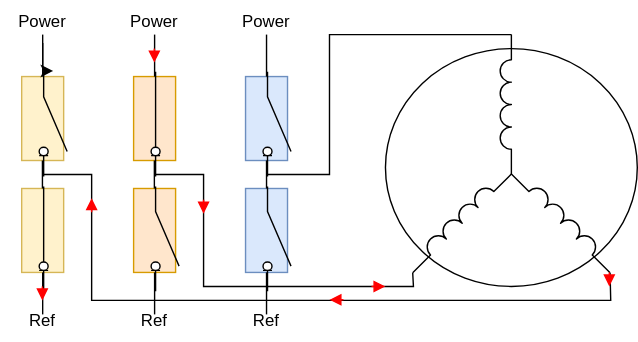
stephaneamans/ESC_Brushless keeps this draw.io diagram as 01-documentation/svg_files/esc_commutation_principle.drawio.svg. Above is the earlier version. Source tidied: cells renumbered, new cells last; positions are measured from the earlier drawing's top-left corner, leaving out a move shared by most shapes.
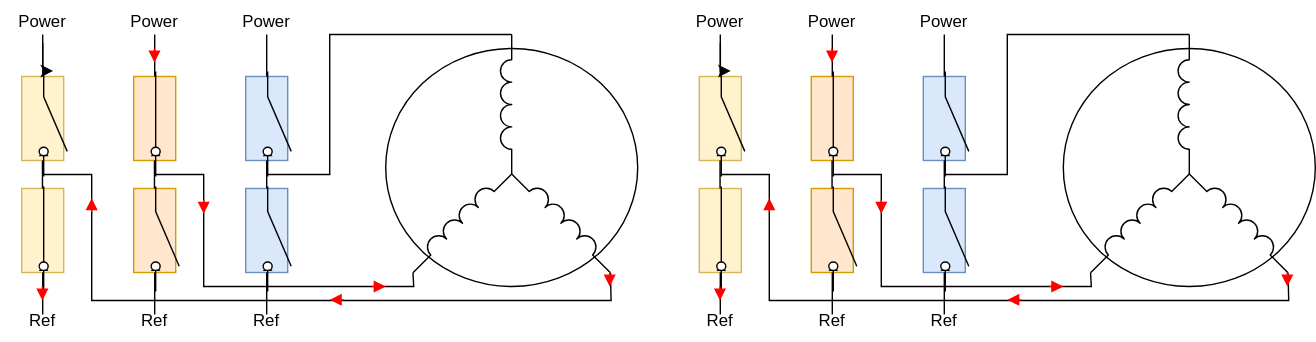
Later version of the same file.

Diff of the diagram source:
```diff
@@ -193,5 +193,196 @@
         <mxPoint x="65" y="141" as="targetPoint" />
       </mxGeometry>
     </mxCell>
+    <mxCell id="44" style="ellipse;whiteSpace=wrap;html=1;" parent="1" vertex="1">
+      <mxGeometry x="759" y="34" width="180" height="170" as="geometry" />
+    </mxCell>
+    <mxCell id="45" style="verticalLabelPosition=bottom;shadow=0;dashed=0;align=center;html=1;verticalAlign=top;shape=mxgraph.electrical.inductors.inductor_3;rotation=-45;" parent="1" vertex="1">
+      <mxGeometry x="761" y="152" width="100" height="8" as="geometry" />
+    </mxCell>
+    <mxCell id="46" style="verticalLabelPosition=bottom;shadow=0;dashed=0;align=center;html=1;verticalAlign=top;shape=mxgraph.electrical.inductors.inductor_3;rotation=-90;" parent="1" vertex="1">
+      <mxGeometry x="795" y="70" width="100" height="8" as="geometry" />
+    </mxCell>
+    <mxCell id="47" style="verticalLabelPosition=bottom;shadow=0;dashed=0;align=center;html=1;verticalAlign=top;shape=mxgraph.electrical.inductors.inductor_3;rotation=45;" parent="1" vertex="1">
+      <mxGeometry x="837" y="152" width="100" height="8" as="geometry" />
+    </mxCell>
+    <mxCell id="48" style="rounded=0;whiteSpace=wrap;html=1;fillColor=#dae8fc;strokeColor=#6c8ebf;" parent="1" vertex="1">
+      <mxGeometry x="659" y="54" width="30" height="60" as="geometry" />
+    </mxCell>
+    <mxCell id="49" style="rounded=0;whiteSpace=wrap;html=1;fillColor=#dae8fc;strokeColor=#6c8ebf;" parent="1" vertex="1">
+      <mxGeometry x="659" y="134" width="30" height="60" as="geometry" />
+    </mxCell>
+    <mxCell id="50" style="rounded=0;whiteSpace=wrap;html=1;fillColor=#ffe6cc;strokeColor=#d79b00;" parent="1" vertex="1">
+      <mxGeometry x="579" y="54" width="30" height="60" as="geometry" />
+    </mxCell>
+    <mxCell id="51" style="rounded=0;whiteSpace=wrap;html=1;fillColor=#ffe6cc;strokeColor=#d79b00;" parent="1" vertex="1">
+      <mxGeometry x="579" y="134" width="30" height="60" as="geometry" />
+    </mxCell>
+    <mxCell id="52" style="rounded=0;whiteSpace=wrap;html=1;fillColor=#fff2cc;strokeColor=#d6b656;" parent="1" vertex="1">
+      <mxGeometry x="499" y="54" width="30" height="60" as="geometry" />
+    </mxCell>
+    <mxCell id="53" style="rounded=0;whiteSpace=wrap;html=1;fillColor=#fff2cc;strokeColor=#d6b656;" parent="1" vertex="1">
+      <mxGeometry x="499" y="134" width="30" height="60" as="geometry" />
+    </mxCell>
+    <mxCell id="54" style="endArrow=none;html=1;rounded=0;exitX=0.5;exitY=0;exitDx=0;exitDy=0;entryX=0.5;entryY=1;entryDx=0;entryDy=0;" parent="1" edge="1" source="49" target="48">
+      <mxGeometry relative="1" as="geometry" />
+    </mxCell>
+    <mxCell id="55" style="endArrow=none;html=1;rounded=0;exitX=0.5;exitY=0;exitDx=0;exitDy=0;entryX=0.5;entryY=1;entryDx=0;entryDy=0;" parent="1" edge="1">
+      <mxGeometry relative="1" as="geometry">
+        <mxPoint x="593.8" y="134" as="sourcePoint" />
+        <mxPoint x="593.8" y="114" as="targetPoint" />
+      </mxGeometry>
+    </mxCell>
+    <mxCell id="56" style="endArrow=none;html=1;rounded=0;exitX=0.5;exitY=0;exitDx=0;exitDy=0;entryX=0.5;entryY=1;entryDx=0;entryDy=0;" parent="1" edge="1">
+      <mxGeometry relative="1" as="geometry">
+        <mxPoint x="513.8" y="134" as="sourcePoint" />
+        <mxPoint x="513.8" y="114" as="targetPoint" />
+      </mxGeometry>
+    </mxCell>
+    <mxCell id="57" style="endArrow=none;html=1;rounded=0;entryX=1;entryY=1;entryDx=0;entryDy=0;entryPerimeter=0;" parent="1" edge="1" target="46">
+      <mxGeometry relative="1" as="geometry">
+        <mxPoint x="674" y="124" as="sourcePoint" />
+        <Array as="points">
+          <mxPoint x="719" y="124" />
+          <mxPoint x="719" y="24" />
+        </Array>
+      </mxGeometry>
+    </mxCell>
+    <mxCell id="58" style="endArrow=none;html=1;rounded=0;entryX=0;entryY=1;entryDx=0;entryDy=0;entryPerimeter=0;" parent="1" edge="1" target="45">
+      <mxGeometry relative="1" as="geometry">
+        <mxPoint x="594" y="124" as="sourcePoint" />
+        <Array as="points">
+          <mxPoint x="629" y="124" />
+          <mxPoint x="629" y="204" />
+          <mxPoint x="779" y="204" />
+        </Array>
+      </mxGeometry>
+    </mxCell>
+    <mxCell id="59" style="endArrow=none;html=1;rounded=0;exitX=1;exitY=1;exitDx=0;exitDy=0;exitPerimeter=0;" parent="1" edge="1" source="47">
+      <mxGeometry relative="1" as="geometry">
+        <mxPoint x="514" y="124" as="targetPoint" />
+        <Array as="points">
+          <mxPoint x="920" y="214" />
+          <mxPoint x="549" y="214" />
+          <mxPoint x="549" y="124" />
+        </Array>
+      </mxGeometry>
+    </mxCell>
+    <mxCell id="60" style="endArrow=none;html=1;rounded=0;" parent="1" edge="1">
+      <mxGeometry relative="1" as="geometry">
+        <mxPoint x="514" y="54" as="sourcePoint" />
+        <mxPoint x="514" y="24" as="targetPoint" />
+      </mxGeometry>
+    </mxCell>
+    <mxCell id="61" style="endArrow=none;html=1;rounded=0;" parent="1" edge="1">
+      <mxGeometry relative="1" as="geometry">
+        <mxPoint x="514" y="224" as="sourcePoint" />
+        <mxPoint x="514" y="194" as="targetPoint" />
+      </mxGeometry>
+    </mxCell>
+    <mxCell id="62" style="edgeStyle=orthogonalEdgeStyle;rounded=0;jettySize=auto;html=1;" parent="1" edge="1" source="63" target="74">
+      <mxGeometry relative="1" as="geometry" />
+    </mxCell>
+    <mxCell id="63" value="Power" style="text;html=1;align=center;verticalAlign=middle;whiteSpace=wrap;rounded=0;" parent="1" vertex="1">
+      <mxGeometry x="484" width="60" height="30" as="geometry" />
+    </mxCell>
+    <mxCell id="64" value="Ref" style="text;html=1;align=center;verticalAlign=middle;whiteSpace=wrap;rounded=0;" parent="1" vertex="1">
+      <mxGeometry x="484" y="214" width="60" height="30" as="geometry" />
+    </mxCell>
+    <mxCell id="65" style="endArrow=none;html=1;rounded=0;" parent="1" edge="1">
+      <mxGeometry relative="1" as="geometry">
+        <mxPoint x="594" y="54" as="sourcePoint" />
+        <mxPoint x="594" y="24" as="targetPoint" />
+      </mxGeometry>
+    </mxCell>
+    <mxCell id="66" value="Power" style="text;html=1;align=center;verticalAlign=middle;whiteSpace=wrap;rounded=0;" parent="1" vertex="1">
+      <mxGeometry x="564" width="60" height="30" as="geometry" />
+    </mxCell>
+    <mxCell id="67" style="endArrow=none;html=1;rounded=0;" parent="1" edge="1">
+      <mxGeometry relative="1" as="geometry">
+        <mxPoint x="674" y="54" as="sourcePoint" />
+        <mxPoint x="674" y="24" as="targetPoint" />
+      </mxGeometry>
+    </mxCell>
+    <mxCell id="68" value="Power" style="text;html=1;align=center;verticalAlign=middle;whiteSpace=wrap;rounded=0;" parent="1" vertex="1">
+      <mxGeometry x="644" width="60" height="30" as="geometry" />
+    </mxCell>
+    <mxCell id="69" style="endArrow=none;html=1;rounded=0;" parent="1" edge="1">
+      <mxGeometry relative="1" as="geometry">
+        <mxPoint x="594" y="224" as="sourcePoint" />
+        <mxPoint x="594" y="194" as="targetPoint" />
+      </mxGeometry>
+    </mxCell>
+    <mxCell id="70" value="Ref" style="text;html=1;align=center;verticalAlign=middle;whiteSpace=wrap;rounded=0;" parent="1" vertex="1">
+      <mxGeometry x="564" y="214" width="60" height="30" as="geometry" />
+    </mxCell>
+    <mxCell id="71" style="endArrow=none;html=1;rounded=0;" parent="1" edge="1">
+      <mxGeometry relative="1" as="geometry">
+        <mxPoint x="674" y="224" as="sourcePoint" />
+        <mxPoint x="674" y="194" as="targetPoint" />
+      </mxGeometry>
+    </mxCell>
+    <mxCell id="72" value="Ref" style="text;html=1;align=center;verticalAlign=middle;whiteSpace=wrap;rounded=0;" parent="1" vertex="1">
+      <mxGeometry x="644" y="214" width="60" height="30" as="geometry" />
+    </mxCell>
+    <mxCell id="73" style="html=1;shape=mxgraph.electrical.electro-mechanical.switchDisconnector;elSwitchState=on;rotation=90;" parent="1" vertex="1">
+      <mxGeometry x="484" y="160" width="75" height="20" as="geometry" />
+    </mxCell>
+    <mxCell id="74" style="html=1;shape=mxgraph.electrical.electro-mechanical.switchDisconnector;elSwitchState=off;rotation=90;" parent="1" vertex="1">
+      <mxGeometry x="484" y="78" width="75" height="20" as="geometry" />
+    </mxCell>
+    <mxCell id="75" style="html=1;shape=mxgraph.electrical.electro-mechanical.switchDisconnector;elSwitchState=off;rotation=90;" parent="1" vertex="1">
+      <mxGeometry x="564" y="160" width="75" height="20" as="geometry" />
+    </mxCell>
+    <mxCell id="76" style="html=1;shape=mxgraph.electrical.electro-mechanical.switchDisconnector;elSwitchState=off;rotation=90;" parent="1" vertex="1">
+      <mxGeometry x="644" y="160" width="75" height="20" as="geometry" />
+    </mxCell>
+    <mxCell id="77" style="html=1;shape=mxgraph.electrical.electro-mechanical.switchDisconnector;elSwitchState=off;rotation=90;" parent="1" vertex="1">
+      <mxGeometry x="644" y="78" width="75" height="20" as="geometry" />
+    </mxCell>
+    <mxCell id="78" style="html=1;shape=mxgraph.electrical.electro-mechanical.switchDisconnector;elSwitchState=on;rotation=90;" parent="1" vertex="1">
+      <mxGeometry x="564" y="78" width="75" height="20" as="geometry" />
+    </mxCell>
+    <mxCell id="79" style="endArrow=block;html=1;rounded=0;strokeColor=#FF0000;endFill=1;" parent="1" edge="1">
+      <mxGeometry relative="1" as="geometry">
+        <mxPoint x="593.8" y="34" as="sourcePoint" />
+        <mxPoint x="593.8" y="44" as="targetPoint" />
+      </mxGeometry>
+    </mxCell>
+    <mxCell id="80" style="endArrow=block;html=1;rounded=0;strokeColor=#FF0000;endFill=1;" parent="1" edge="1">
+      <mxGeometry relative="1" as="geometry">
+        <mxPoint x="629" y="142" as="sourcePoint" />
+        <mxPoint x="629" y="152" as="targetPoint" />
+      </mxGeometry>
+    </mxCell>
+    <mxCell id="81" style="endArrow=block;html=1;rounded=0;strokeColor=#FF0000;endFill=1;" parent="1" edge="1">
+      <mxGeometry relative="1" as="geometry">
+        <mxPoint x="919" y="194" as="sourcePoint" />
+        <mxPoint x="919" y="204" as="targetPoint" />
+      </mxGeometry>
+    </mxCell>
+    <mxCell id="82" style="endArrow=block;html=1;rounded=0;strokeColor=#FF0000;endFill=1;" parent="1" edge="1">
+      <mxGeometry relative="1" as="geometry">
+        <mxPoint x="513.8" y="204" as="sourcePoint" />
+        <mxPoint x="513.8" y="214" as="targetPoint" />
+      </mxGeometry>
+    </mxCell>
+    <mxCell id="83" style="endArrow=block;html=1;rounded=0;strokeColor=#FF0000;endFill=1;" parent="1" edge="1">
+      <mxGeometry relative="1" as="geometry">
+        <mxPoint x="749" y="204" as="sourcePoint" />
+        <mxPoint x="759" y="204" as="targetPoint" />
+      </mxGeometry>
+    </mxCell>
+    <mxCell id="84" style="endArrow=block;html=1;rounded=0;strokeColor=#FF0000;endFill=1;" parent="1" edge="1">
+      <mxGeometry relative="1" as="geometry">
+        <mxPoint x="729" y="213.5" as="sourcePoint" />
+        <mxPoint x="719" y="213.5" as="targetPoint" />
+      </mxGeometry>
+    </mxCell>
+    <mxCell id="85" style="endArrow=block;html=1;rounded=0;strokeColor=#FF0000;endFill=1;" parent="1" edge="1">
+      <mxGeometry relative="1" as="geometry">
+        <mxPoint x="549" y="151" as="sourcePoint" />
+        <mxPoint x="549" y="141" as="targetPoint" />
+      </mxGeometry>
+    </mxCell>
   </root>
 </mxGraphModel>
```
